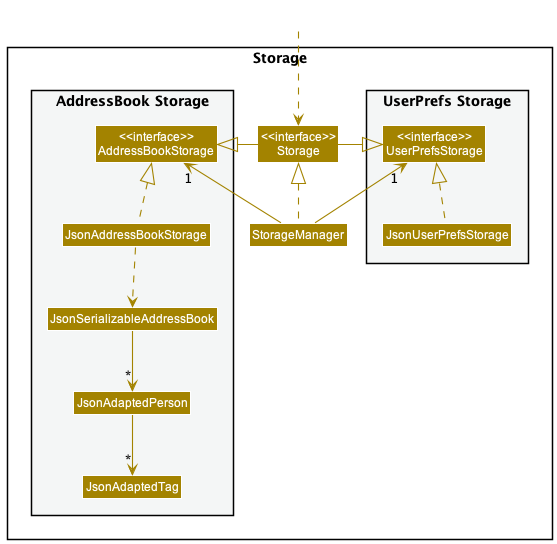
nus-cs2103-AY2223S2/tp keeps this PlantUML diagram as docs/images/StorageClassDiagram.png. Above is the earlier version.
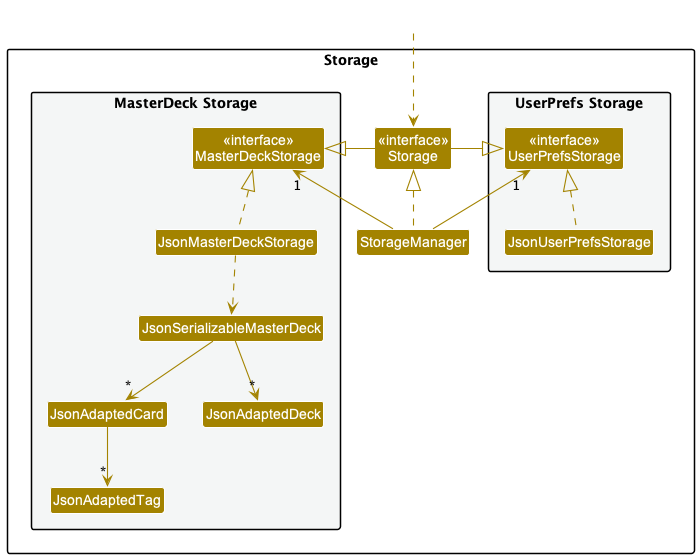
The same diagram one commit later.

Commit message:
Update storage diagram

The edit, as a diff of the source:
```diff
@@ -4,7 +4,7 @@
 skinparam arrowColor STORAGE_COLOR
 skinparam classBackgroundColor STORAGE_COLOR
 
-package Storage{
+package Storage as PackageStorage {
 
 package "UserPrefs Storage" #F4F6F6{
 Class "<<interface>>\nUserPrefsStorage" as UserPrefsStorage
@@ -14,11 +14,12 @@
 Class "<<interface>>\nStorage" as Storage
 Class StorageManager
 
-package "AddressBook Storage" #F4F6F6{
-Class "<<interface>>\nAddressBookStorage" as AddressBookStorage
-Class JsonAddressBookStorage
-Class JsonSerializableAddressBook
-Class JsonAdaptedPerson
+package "MasterDeck Storage" #F4F6F6{
+Class "<<interface>>\nMasterDeckStorage" as MasterDeckStorage
+Class JsonMasterDeckStorage
+Class JsonSerializableMasterDeck
+Class JsonAdaptedCard
+Class JsonAdaptedDeck
 Class JsonAdaptedTag
 }
 
@@ -29,15 +30,16 @@
 
 StorageManager .up.|> Storage
 StorageManager -up-> "1" UserPrefsStorage
-StorageManager -up-> "1" AddressBookStorage
+StorageManager -up-> "1" MasterDeckStorage
 
 Storage -left-|> UserPrefsStorage
-Storage -right-|> AddressBookStorage
+Storage -right-|> MasterDeckStorage
 
 JsonUserPrefsStorage .up.|> UserPrefsStorage
-JsonAddressBookStorage .up.|> AddressBookStorage
-JsonAddressBookStorage ..> JsonSerializableAddressBook
-JsonSerializableAddressBook --> "*" JsonAdaptedPerson
-JsonAdaptedPerson --> "*" JsonAdaptedTag
+JsonMasterDeckStorage .up.|> MasterDeckStorage
+JsonMasterDeckStorage ..> JsonSerializableMasterDeck
+JsonSerializableMasterDeck --> "*" JsonAdaptedCard
+JsonSerializableMasterDeck --> "*" JsonAdaptedDeck
+JsonAdaptedCard --> "*" JsonAdaptedTag
 
 @enduml
```
